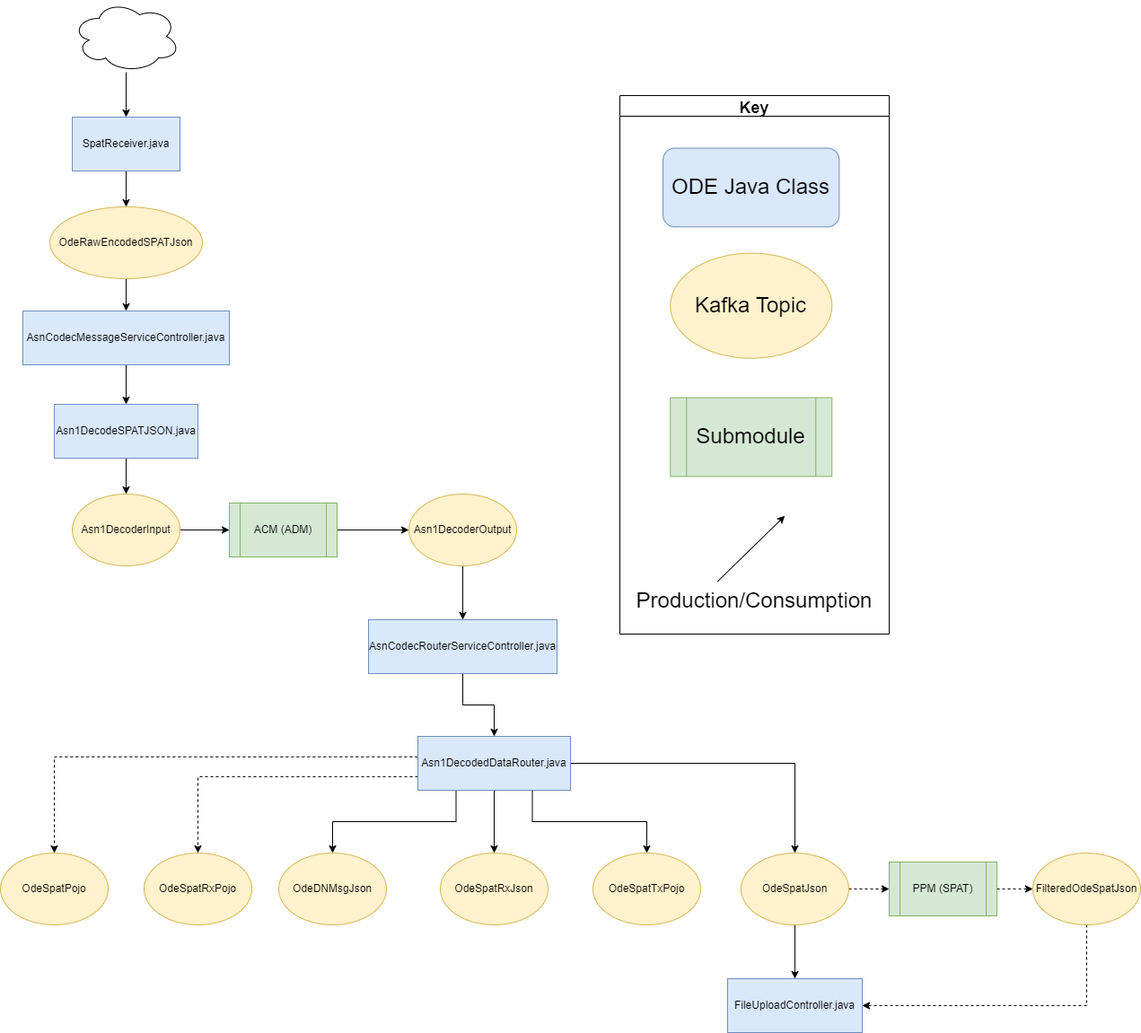
Before: docs/data-flow-diagrams/spat/SPAT Data Flow.drawio.png, a diagram exported from draw.io (usdot-jpo-ode/jpo-ode). Source tidied: cells renumbered, new cells last; positions are measured from the earlier drawing's top-left corner, leaving out a move shared by most shapes.
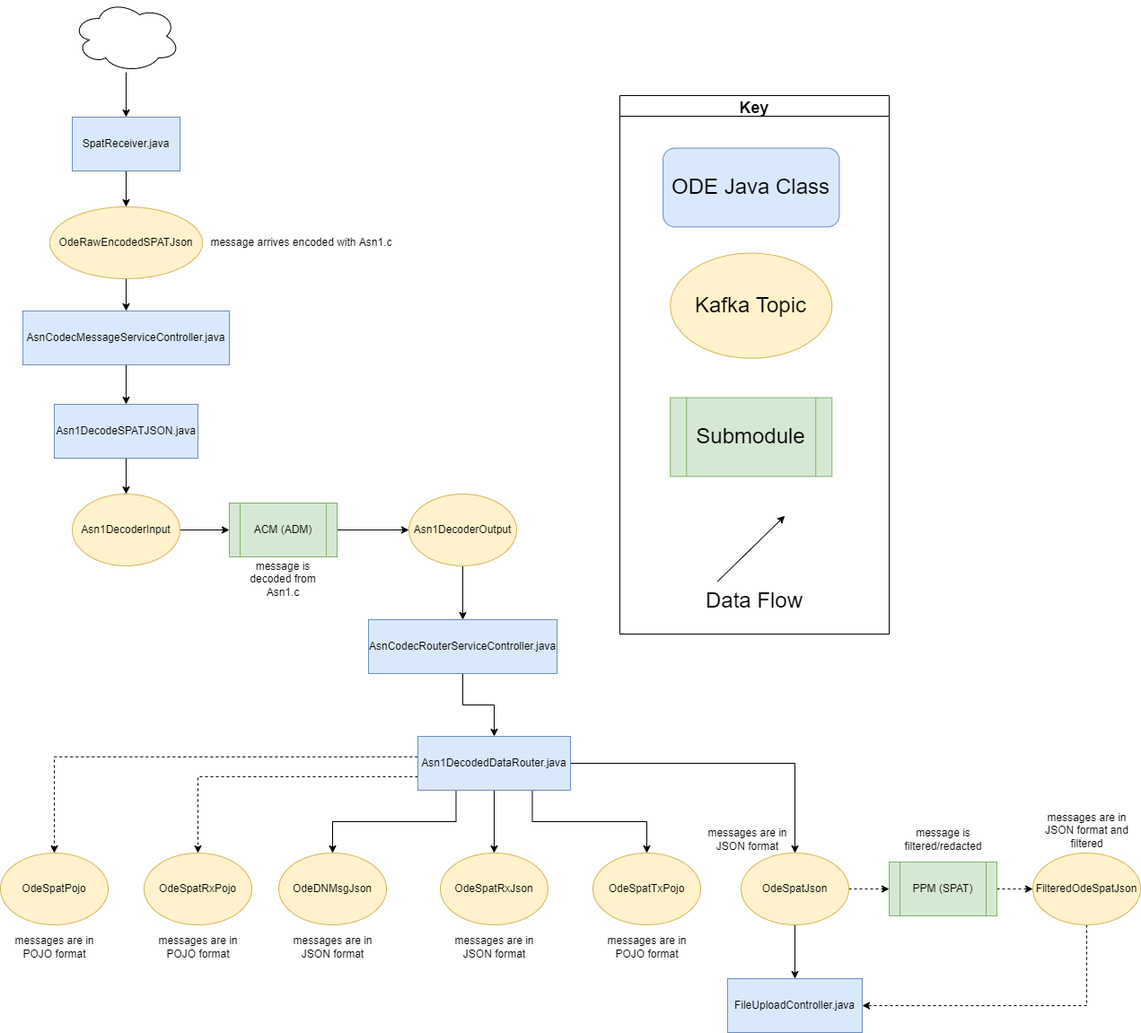
The same diagram one commit later.

Commit message:
Added contextual explanations to the SPAT Data Flow diagram.

Change to the diagram source:
```diff
@@ -86,9 +86,6 @@
     <mxCell id="29" value="Key" style="swimlane;labelBackgroundColor=none;fontSize=18;" parent="27" vertex="1">
       <mxGeometry width="300" height="600" as="geometry" />
     </mxCell>
-    <mxCell id="30" value="&lt;font style=&quot;font-size: 24px&quot;&gt;Production/Consumption&lt;/font&gt;" style="text;html=1;strokeColor=none;fillColor=none;align=center;verticalAlign=middle;whiteSpace=wrap;rounded=0;labelBackgroundColor=none;" parent="29" vertex="1">
-      <mxGeometry x="105" y="541.5" width="90" height="43.9" as="geometry" />
-    </mxCell>
     <mxCell id="31" style="endArrow=classic;html=1;rounded=0;labelBackgroundColor=none;" parent="29" edge="1">
       <mxGeometry relative="1" as="geometry">
         <mxPoint x="108.8" y="541.5" as="sourcePoint" />
@@ -140,5 +137,38 @@
     <mxCell id="46" value="PPM (SPAT)" style="shape=process;whiteSpace=wrap;html=1;backgroundOutline=1;fillColor=#d5e8d4;strokeColor=#82b366;" parent="1" vertex="1">
       <mxGeometry x="990" y="960" width="120" height="60" as="geometry" />
     </mxCell>
+    <mxCell id="47" value="message arrives encoded with Asn1.c" style="text;html=1;align=center;verticalAlign=middle;strokeColor=none;fillColor=none;" parent="1" vertex="1">
+      <mxGeometry x="225" y="260" width="220" height="20" as="geometry" />
+    </mxCell>
+    <mxCell id="48" value="message is decoded from Asn1.c" style="text;html=1;strokeColor=none;fillColor=none;align=center;verticalAlign=middle;whiteSpace=wrap;rounded=0;" parent="1" vertex="1">
+      <mxGeometry x="260" y="620" width="110" height="50" as="geometry" />
+    </mxCell>
+    <mxCell id="49" value="message is filtered/redacted" style="text;html=1;strokeColor=none;fillColor=none;align=center;verticalAlign=middle;whiteSpace=wrap;rounded=0;" parent="1" vertex="1">
+      <mxGeometry x="997.5" y="910" width="105" height="50" as="geometry" />
+    </mxCell>
+    <mxCell id="50" value="&lt;font style=&quot;font-size: 24px&quot;&gt;Data Flow&lt;/font&gt;" style="text;html=1;strokeColor=none;fillColor=none;align=center;verticalAlign=middle;whiteSpace=wrap;rounded=0;labelBackgroundColor=none;" parent="1" vertex="1">
+      <mxGeometry x="780" y="647.5" width="120" height="43.9" as="geometry" />
+    </mxCell>
+    <mxCell id="51" value="messages are in JSON format" style="text;html=1;strokeColor=none;fillColor=none;align=center;verticalAlign=middle;whiteSpace=wrap;rounded=0;" parent="1" vertex="1">
+      <mxGeometry x="317.5" y="1030" width="105" height="50" as="geometry" />
+    </mxCell>
+    <mxCell id="52" value="messages are in JSON format" style="text;html=1;strokeColor=none;fillColor=none;align=center;verticalAlign=middle;whiteSpace=wrap;rounded=0;" parent="1" vertex="1">
+      <mxGeometry x="497.5" y="1030" width="105" height="50" as="geometry" />
+    </mxCell>
+    <mxCell id="53" value="messages are in POJO format" style="text;html=1;strokeColor=none;fillColor=none;align=center;verticalAlign=middle;whiteSpace=wrap;rounded=0;" parent="1" vertex="1">
+      <mxGeometry x="667.5" y="1030" width="105" height="50" as="geometry" />
+    </mxCell>
+    <mxCell id="54" value="messages are in JSON format" style="text;html=1;strokeColor=none;fillColor=none;align=center;verticalAlign=middle;whiteSpace=wrap;rounded=0;" parent="1" vertex="1">
+      <mxGeometry x="780" y="910" width="105" height="50" as="geometry" />
+    </mxCell>
+    <mxCell id="55" value="messages are in POJO format" style="text;html=1;strokeColor=none;fillColor=none;align=center;verticalAlign=middle;whiteSpace=wrap;rounded=0;" parent="1" vertex="1">
+      <mxGeometry x="167.5" y="1030" width="105" height="50" as="geometry" />
+    </mxCell>
+    <mxCell id="56" value="messages are in POJO format" style="text;html=1;strokeColor=none;fillColor=none;align=center;verticalAlign=middle;whiteSpace=wrap;rounded=0;" parent="1" vertex="1">
+      <mxGeometry x="7.5" y="1030" width="105" height="50" as="geometry" />
+    </mxCell>
+    <mxCell id="57" value="messages are in JSON format and filtered" style="text;html=1;strokeColor=none;fillColor=none;align=center;verticalAlign=middle;whiteSpace=wrap;rounded=0;" parent="1" vertex="1">
+      <mxGeometry x="1157.5" y="900" width="105" height="50" as="geometry" />
+    </mxCell>
   </root>
 </mxGraphModel>
```
